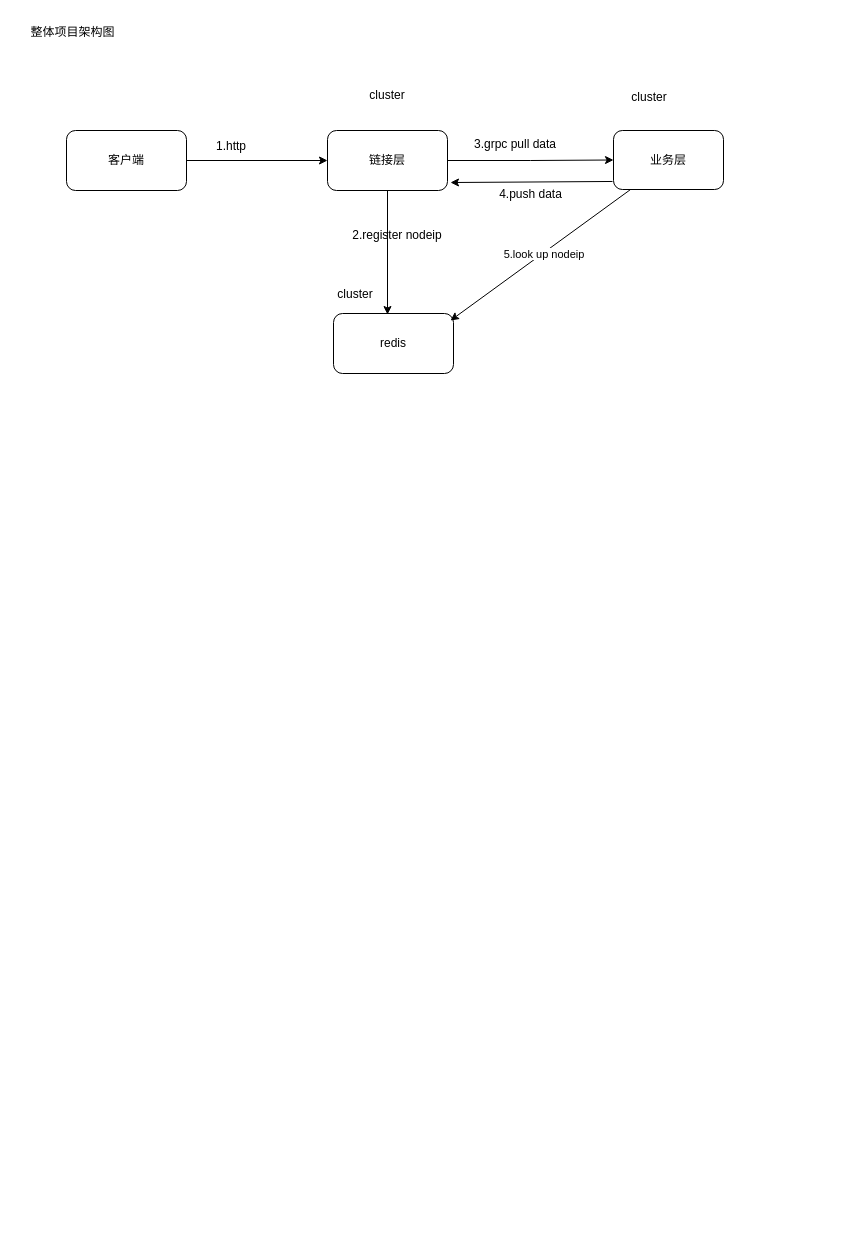
Above: tv网关维护长连接.drawio in xu-xiwei/drawio (draw.io), before the change. Source tidied: cells renumbered, new cells numbered last; positions are measured from the earlier drawing's top-left corner, leaving out a move shared by most shapes. Both pictures are drawn from the tidied source at 100%, with x=0, y=0 at pixel (17, 17).
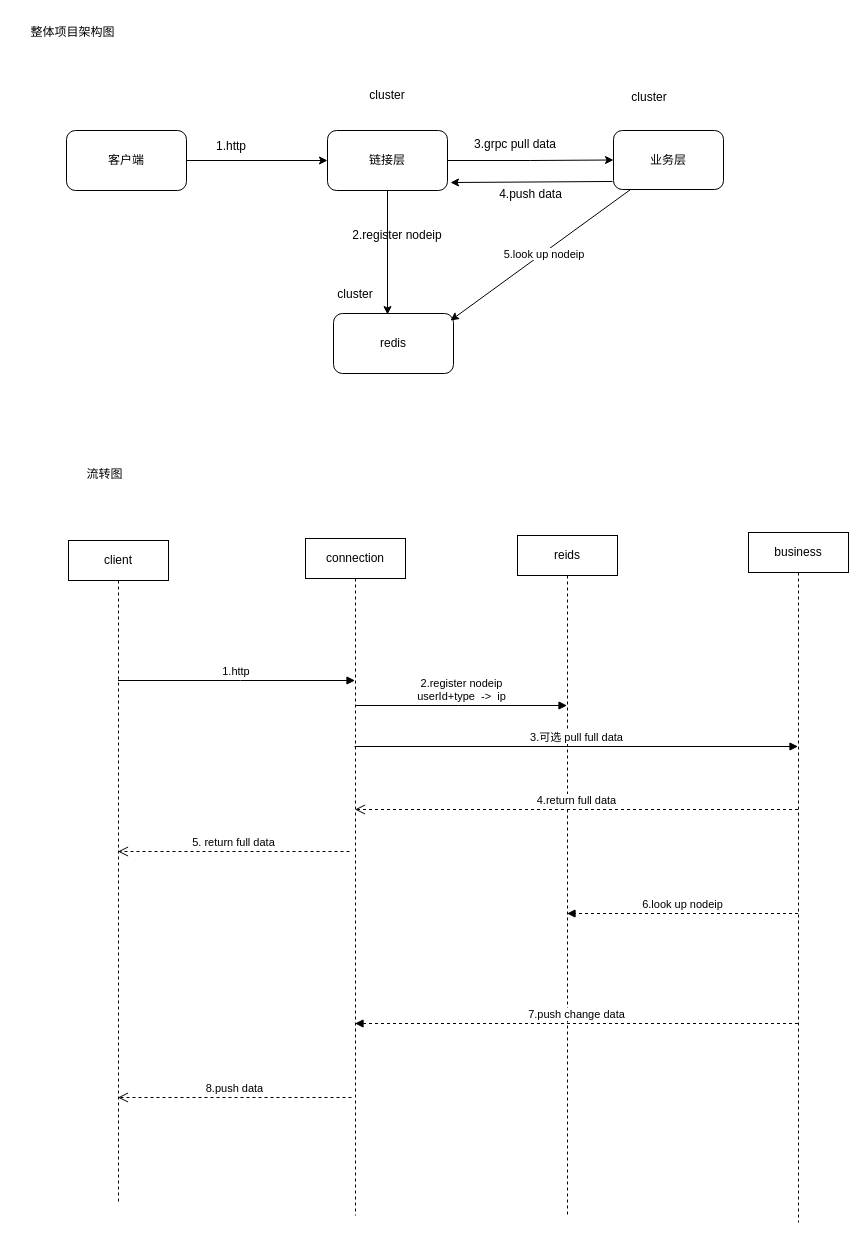
Above is the later version.

Commit message (it also covers changes not shown here):
更新tv网关维护长连接.drawio

Diff of the diagram source:
```diff
@@
+    <mxCell id="20" value="流转图" style="text;html=1;whiteSpace=wrap;strokeColor=none;fillColor=none;align=center;verticalAlign=middle;rounded=0;" parent="1" vertex="1">
+      <mxGeometry x="21" y="442" width="133" height="30" as="geometry" />
+    </mxCell>
+    <mxCell id="21" value="client" style="shape=umlLifeline;perimeter=lifelinePerimeter;whiteSpace=wrap;html=1;outlineConnect=0;portConstraint=eastwest;newEdgeStyle={&quot;curved&quot;:0,&quot;rounded&quot;:0};" parent="1" vertex="1">
+      <mxGeometry x="51" y="523" width="100" height="662" as="geometry" />
+    </mxCell>
+    <mxCell id="22" value="connection" style="shape=umlLifeline;perimeter=lifelinePerimeter;whiteSpace=wrap;html=1;outlineConnect=0;portConstraint=eastwest;newEdgeStyle={&quot;curved&quot;:0,&quot;rounded&quot;:0};" parent="1" vertex="1">
+      <mxGeometry x="288" y="521" width="100" height="677" as="geometry" />
+    </mxCell>
+    <mxCell id="23" value="business" style="shape=umlLifeline;perimeter=lifelinePerimeter;whiteSpace=wrap;html=1;outlineConnect=0;portConstraint=eastwest;newEdgeStyle={&quot;curved&quot;:0,&quot;rounded&quot;:0};" parent="1" vertex="1">
+      <mxGeometry x="731" y="515" width="100" height="690" as="geometry" />
+    </mxCell>
+    <mxCell id="24" value="1.http&amp;nbsp;" style="html=1;verticalAlign=bottom;endArrow=block;curved=0;rounded=0;" parent="1" edge="1" source="21" target="22">
+      <mxGeometry relative="1" as="geometry">
+        <Array as="points">
+          <mxPoint x="223" y="663" />
+        </Array>
+      </mxGeometry>
+    </mxCell>
+    <mxCell id="25" value="reids" style="shape=umlLifeline;perimeter=lifelinePerimeter;whiteSpace=wrap;html=1;outlineConnect=0;portConstraint=eastwest;newEdgeStyle={&quot;curved&quot;:0,&quot;rounded&quot;:0};" parent="1" vertex="1">
+      <mxGeometry x="500" y="518" width="100" height="681" as="geometry" />
+    </mxCell>
+    <mxCell id="26" value="2.register nodeip&lt;div&gt;userId+type&amp;nbsp; -&amp;gt;&amp;nbsp; ip&lt;/div&gt;" style="html=1;verticalAlign=bottom;endArrow=block;curved=0;rounded=0;" parent="1" edge="1" source="22" target="25">
+      <mxGeometry relative="1" as="geometry">
+        <Array as="points">
+          <mxPoint x="441" y="688" />
+        </Array>
+      </mxGeometry>
+    </mxCell>
+    <mxCell id="27" value="3.可选 pull full data" style="html=1;verticalAlign=bottom;endArrow=block;curved=0;rounded=0;" parent="1" edge="1" target="23">
+      <mxGeometry relative="1" as="geometry">
+        <mxPoint x="337" y="729" as="sourcePoint" />
+      </mxGeometry>
+    </mxCell>
+    <mxCell id="28" value="4.return full data" style="html=1;verticalAlign=bottom;endArrow=open;dashed=1;endSize=8;curved=0;rounded=0;" parent="1" edge="1" source="23" target="22">
+      <mxGeometry relative="1" as="geometry">
+        <Array as="points">
+          <mxPoint x="558" y="792" />
+        </Array>
+      </mxGeometry>
+    </mxCell>
+    <mxCell id="29" value="5. return full data" style="html=1;verticalAlign=bottom;endArrow=open;dashed=1;endSize=8;curved=0;rounded=0;" parent="1" edge="1" target="21">
+      <mxGeometry relative="1" as="geometry">
+        <mxPoint x="332" y="834" as="sourcePoint" />
+        <Array as="points">
+          <mxPoint x="212" y="834" />
+        </Array>
+      </mxGeometry>
+    </mxCell>
+    <mxCell id="30" value="6.look up nodeip" style="html=1;verticalAlign=bottom;endArrow=block;curved=0;rounded=0;dashed=1;" parent="1" edge="1" source="23" target="25">
+      <mxGeometry relative="1" as="geometry">
+        <Array as="points">
+          <mxPoint x="672" y="896" />
+        </Array>
+      </mxGeometry>
+    </mxCell>
+    <mxCell id="31" value="7.push change data" style="html=1;verticalAlign=bottom;endArrow=block;curved=0;rounded=0;dashed=1;" parent="1" edge="1" source="23" target="22">
+      <mxGeometry relative="1" as="geometry">
+        <Array as="points">
+          <mxPoint x="769" y="1006" />
+          <mxPoint x="654" y="1006" />
+          <mxPoint x="576" y="1006" />
+        </Array>
+      </mxGeometry>
+    </mxCell>
+    <mxCell id="32" value="8.push data" style="html=1;verticalAlign=bottom;endArrow=open;dashed=1;endSize=8;curved=0;rounded=0;" parent="1" edge="1" target="21">
+      <mxGeometry relative="1" as="geometry">
+        <mxPoint x="334" y="1080" as="sourcePoint" />
+      </mxGeometry>
+    </mxCell>
```
